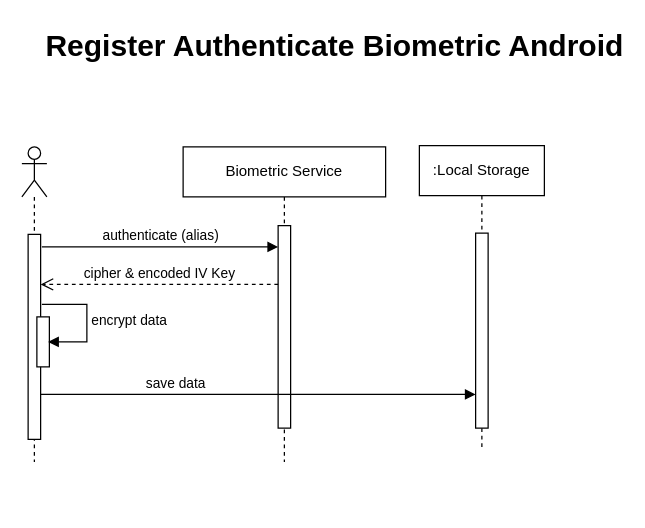
This is Best Practice/Authenticate Biometric Cryptography.drawio from fadlurahmanfdev/draw_io, a draw.io file, before an edit. Source tidied: cells renumbered, new cells numbered last; positions are measured from the earlier drawing's top-left corner, leaving out a move shared by most shapes. Both pictures are drawn from the tidied source at 125%, with x=0, y=0 at pixel (21, 21).
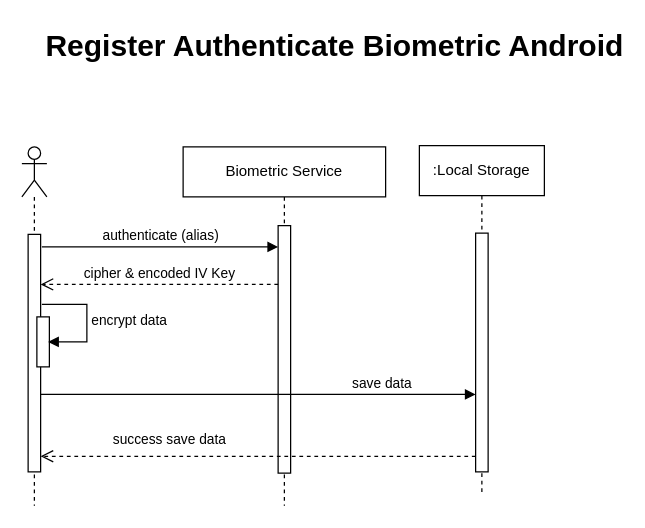
After the change.

Change to the diagram source:
```diff
@@
     <mxCell id="2" style="shape=umlLifeline;perimeter=lifelinePerimeter;whiteSpace=wrap;html=1;newEdgeStyle={&quot;curved&quot;:0,&quot;rounded&quot;:0};participant=umlActor;" parent="1" vertex="1">
-      <mxGeometry y="100" width="20" height="252" as="geometry" />
+      <mxGeometry y="100" width="20" height="287" as="geometry" />
     </mxCell>
     <mxCell id="3" value="Biometric Service" style="shape=umlLifeline;perimeter=lifelinePerimeter;whiteSpace=wrap;html=1;newEdgeStyle={&quot;curved&quot;:0,&quot;rounded&quot;:0};" parent="1" vertex="1">
-      <mxGeometry x="129" y="100" width="162" height="252" as="geometry" />
+      <mxGeometry x="129" y="100" width="162" height="287" as="geometry" />
     </mxCell>
     <mxCell id="4" style="html=1;points=[[0,0,0,0,5],[0,1,0,0,-5],[1,0,0,0,5],[1,1,0,0,-5]];perimeter=orthogonalPerimeter;outlineConnect=0;targetShapes=umlLifeline;portConstraint=eastwest;newEdgeStyle={&quot;curved&quot;:0,&quot;rounded&quot;:0};" parent="3" vertex="1">
-      <mxGeometry x="76" y="63" width="10" height="162" as="geometry" />
+      <mxGeometry x="76" y="63" width="10" height="198" as="geometry" />
     </mxCell>
     <mxCell id="5" value=":Local Storage" style="shape=umlLifeline;perimeter=lifelinePerimeter;whiteSpace=wrap;html=1;newEdgeStyle={&quot;curved&quot;:0,&quot;rounded&quot;:0};" parent="1" vertex="1">
-      <mxGeometry x="318" y="99" width="100" height="244" as="geometry" />
+      <mxGeometry x="318" y="99" width="100" height="279" as="geometry" />
     </mxCell>
@@
     <mxCell id="7" style="html=1;perimeter=orthogonalPerimeter;targetShapes=umlLifeline;newEdgeStyle={&quot;curved&quot;:0,&quot;rounded&quot;:0};" parent="1" vertex="1">
-      <mxGeometry x="5" y="170" width="10" height="164" as="geometry" />
+      <mxGeometry x="5" y="170" width="10" height="190" as="geometry" />
     </mxCell>
     <mxCell id="8" value="save data" style="html=1;verticalAlign=bottom;endArrow=block;curved=0;rounded=0;" parent="1" edge="1" target="10">
-      <mxGeometry x="-0.38" relative="1" as="geometry">
+      <mxGeometry x="0.57" relative="1" as="geometry">
         <mxPoint x="15" y="298" as="sourcePoint" />
       </mxGeometry>
     </mxCell>
@@
     <mxCell id="10" style="html=1;points=[[0,0,0,0,5],[0,1,0,0,-5],[1,0,0,0,5],[1,1,0,0,-5]];perimeter=orthogonalPerimeter;outlineConnect=0;targetShapes=umlLifeline;portConstraint=eastwest;newEdgeStyle={&quot;curved&quot;:0,&quot;rounded&quot;:0};" parent="1" vertex="1">
-      <mxGeometry x="363" y="169" width="10" height="156" as="geometry" />
+      <mxGeometry x="363" y="169" width="10" height="191" as="geometry" />
     </mxCell>
@@
+    <mxCell id="14" value="success save data" style="html=1;verticalAlign=bottom;endArrow=open;dashed=1;endSize=8;curved=0;rounded=0;" parent="1" edge="1">
+      <mxGeometry x="0.41" y="-5" relative="1" as="geometry">
+        <mxPoint x="363" y="347.5" as="sourcePoint" />
+        <mxPoint x="15" y="347.5" as="targetPoint" />
+      </mxGeometry>
+    </mxCell>
```
